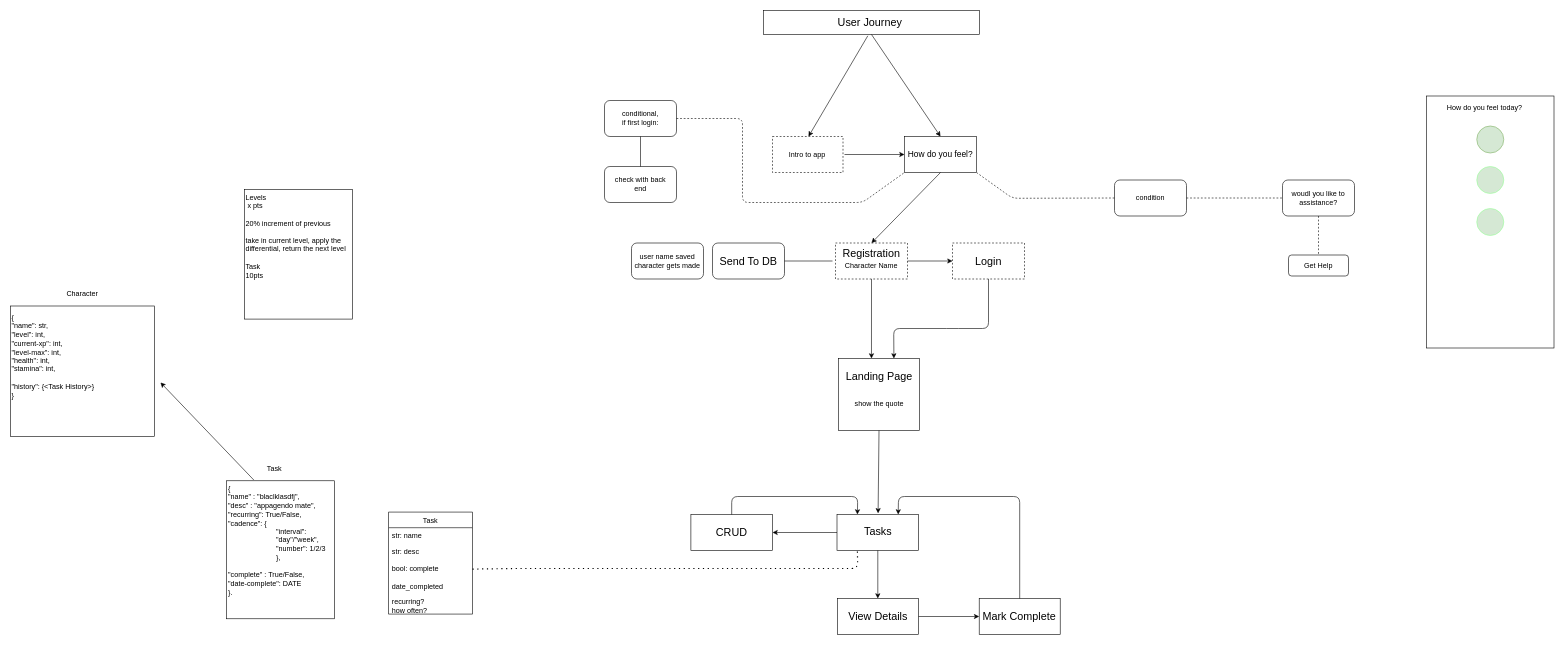
The draw.io diagram Planning/User Journey.drawio in davidmacarabrown/mental_health_app, before the edit. Source tidied: cells renumbered, new cells numbered last; positions are measured from the earlier drawing's top-left corner, leaving out a move shared by most shapes. Both pictures are drawn from the tidied source at 60%, with x=0, y=0 at pixel (10, 10).
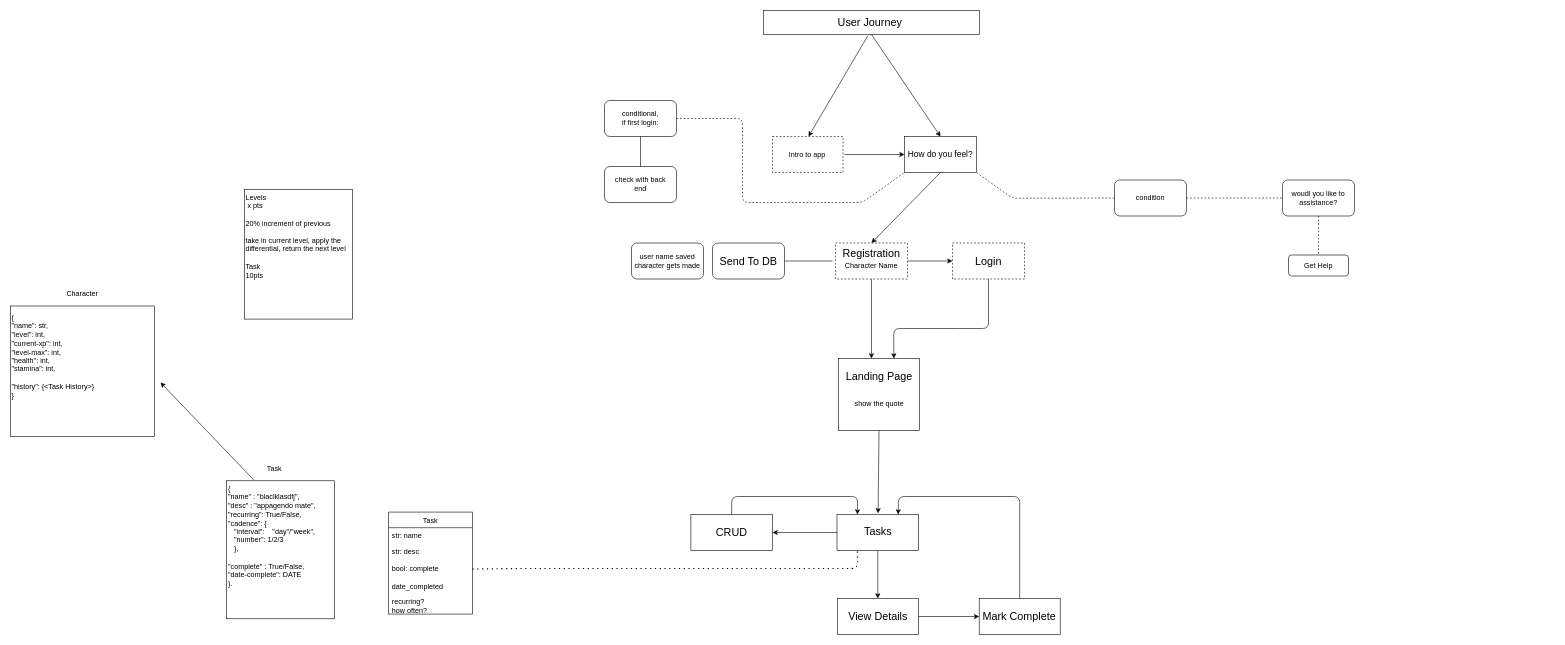
After the change.

Commit message:
updated user journey

Change to the diagram source:
```diff
@@
-    <mxCell id="41" style="rounded=0;whiteSpace=wrap;html=1;" parent="1" vertex="1">
-      <mxGeometry x="2360" y="142.5" width="212.5" height="420" as="geometry" />
-    </mxCell>
@@
-    <mxCell id="44" value="How do you feel today?" style="text;html=1;strokeColor=none;fillColor=none;align=center;verticalAlign=middle;whiteSpace=wrap;rounded=0;" parent="1" vertex="1">
-      <mxGeometry x="2370" y="152.5" width="174" height="20" as="geometry" />
-    </mxCell>
-    <mxCell id="45" style="ellipse;whiteSpace=wrap;html=1;fillColor=#d5e8d4;strokeColor=#82b366;" parent="1" vertex="1">
-      <mxGeometry x="2443.8" y="192.5" width="45" height="45" as="geometry" />
-    </mxCell>
-    <mxCell id="46" style="ellipse;whiteSpace=wrap;html=1;fillColor=#d5e8d4;strokeColor=#99FF99;" parent="1" vertex="1">
-      <mxGeometry x="2443.8" y="260" width="45" height="45" as="geometry" />
-    </mxCell>
-    <mxCell id="47" style="ellipse;whiteSpace=wrap;html=1;fillColor=#d5e8d4;strokeColor=#99FF99;" parent="1" vertex="1">
-      <mxGeometry x="2443.8" y="330" width="45" height="45" as="geometry" />
-    </mxCell>
@@
-    <mxCell id="71" value="{&lt;br&gt;&quot;name&quot; : &quot;blaclklasdfj&quot;,&lt;br&gt;&quot;desc&quot; : &quot;appagendo mate&quot;,&lt;br&gt;&quot;recurring&quot;: True/False,&lt;br&gt;&quot;cadence&quot;: {&lt;br&gt;&lt;span style=&quot;white-space: pre&quot;&gt;&#9;&lt;/span&gt;&lt;span style=&quot;white-space: pre&quot;&gt;&#9;&lt;/span&gt;&lt;span style=&quot;white-space: pre&quot;&gt;&#9;&lt;/span&gt;&quot;interval&quot;: &lt;span style=&quot;white-space: pre&quot;&gt;&#9;&lt;/span&gt;&lt;span style=&quot;white-space: pre&quot;&gt;&#9;&lt;/span&gt;&lt;span style=&quot;white-space: pre&quot;&gt;&#9;&lt;/span&gt;&quot;day&quot;/&quot;week&quot;,&lt;br&gt;&lt;span style=&quot;white-space: pre&quot;&gt;&#9;&lt;/span&gt;&lt;span style=&quot;white-space: pre&quot;&gt;&#9;&lt;/span&gt;&lt;span style=&quot;white-space: pre&quot;&gt;&#9;&lt;/span&gt;&quot;number&quot;: 1/2/3&lt;br&gt;&lt;span style=&quot;white-space: pre&quot;&gt;&#9;&lt;/span&gt;&lt;span style=&quot;white-space: pre&quot;&gt;&#9;&lt;/span&gt;&lt;span style=&quot;white-space: pre&quot;&gt;&#9;&lt;/span&gt;},&lt;br&gt;&lt;br&gt;&quot;complete&quot; : True/False,&lt;br&gt;&quot;date-complete&quot;: DATE&lt;br&gt;}." style="text;html=1;strokeColor=none;fillColor=none;align=left;verticalAlign=top;whiteSpace=wrap;rounded=0;" parent="1" vertex="1">
+    <mxCell id="71" value="{&lt;br&gt;&quot;name&quot; : &quot;blaclklasdfj&quot;,&lt;br&gt;&quot;desc&quot; : &quot;appagendo mate&quot;,&lt;br&gt;&quot;recurring&quot;: True/False,&lt;br&gt;&quot;cadence&quot;: {&lt;br&gt;&lt;span style=&quot;white-space: pre&quot;&gt; &lt;/span&gt;&lt;span style=&quot;white-space: pre&quot;&gt; &lt;/span&gt;&lt;span style=&quot;white-space: pre&quot;&gt; &lt;/span&gt;&quot;interval&quot;: &lt;span style=&quot;white-space: pre&quot;&gt; &lt;/span&gt;&lt;span style=&quot;white-space: pre&quot;&gt; &lt;/span&gt;&lt;span style=&quot;white-space: pre&quot;&gt; &lt;/span&gt;&quot;day&quot;/&quot;week&quot;,&lt;br&gt;&lt;span style=&quot;white-space: pre&quot;&gt; &lt;/span&gt;&lt;span style=&quot;white-space: pre&quot;&gt; &lt;/span&gt;&lt;span style=&quot;white-space: pre&quot;&gt; &lt;/span&gt;&quot;number&quot;: 1/2/3&lt;br&gt;&lt;span style=&quot;white-space: pre&quot;&gt; &lt;/span&gt;&lt;span style=&quot;white-space: pre&quot;&gt; &lt;/span&gt;&lt;span style=&quot;white-space: pre&quot;&gt; &lt;/span&gt;},&lt;br&gt;&lt;br&gt;&quot;complete&quot; : True/False,&lt;br&gt;&quot;date-complete&quot;: DATE&lt;br&gt;}." style="text;html=1;strokeColor=none;fillColor=none;align=left;verticalAlign=top;whiteSpace=wrap;rounded=0;" parent="1" vertex="1">
       <mxGeometry x="360.5" y="782.5" width="180" height="210" as="geometry" />
     </mxCell>
```
